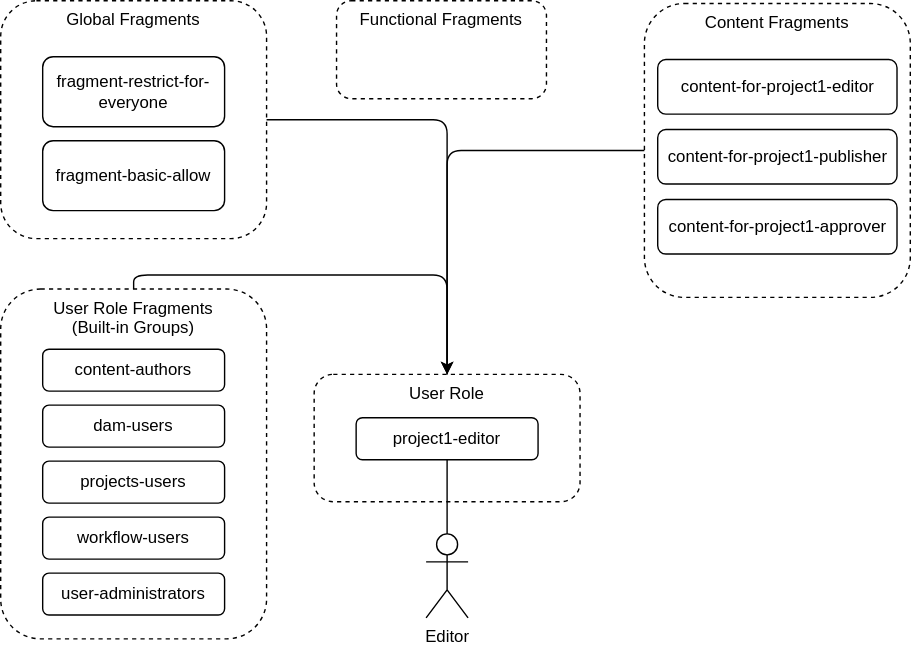
Earlier version of the draw.io export img/simplified-approach.drawio.svg (norsasaki/ACL-Design-Approach-for-AEM). Source tidied: cells renumbered, new cells last; positions are measured from the earlier drawing's top-left corner, leaving out a move shared by most shapes. Its diagram source:
```xml
<mxGraphModel>
  <root>
    <mxCell id="0" />
    <mxCell id="1" parent="0" />
    <mxCell id="2" style="edgeStyle=orthogonalEdgeStyle;html=1;exitX=0.5;exitY=0;exitDx=0;exitDy=0;entryX=0.5;entryY=0;entryDx=0;entryDy=0;" parent="1" edge="1" source="3" target="13">
      <mxGeometry relative="1" as="geometry" />
    </mxCell>
    <mxCell id="3" value="User Role Fragments&lt;br&gt;(Built-in Groups)" style="rounded=1;whiteSpace=wrap;html=1;labelBackgroundColor=none;dashed=1;fillColor=none;verticalAlign=top;" parent="1" vertex="1">
      <mxGeometry y="206" width="190" height="250" as="geometry" />
    </mxCell>
    <mxCell id="4" style="edgeStyle=orthogonalEdgeStyle;html=1;exitX=1;exitY=0.5;exitDx=0;exitDy=0;entryX=0.5;entryY=0;entryDx=0;entryDy=0;" parent="1" edge="1" source="5" target="13">
      <mxGeometry relative="1" as="geometry" />
    </mxCell>
    <mxCell id="5" value="Global Fragments" style="rounded=1;whiteSpace=wrap;html=1;labelBackgroundColor=none;dashed=1;fillColor=none;verticalAlign=top;flipV=0;" parent="1" vertex="1">
      <mxGeometry width="190" height="170" as="geometry" />
    </mxCell>
    <mxCell id="6" value="fragment-restrict-for-everyone" style="rounded=1;whiteSpace=wrap;html=1;labelBackgroundColor=none;flipV=0;" parent="1" vertex="1">
      <mxGeometry x="30" y="40" width="130" height="50" as="geometry" />
    </mxCell>
    <mxCell id="7" value="fragment-basic-allow" style="rounded=1;whiteSpace=wrap;html=1;labelBackgroundColor=none;flipV=0;" parent="1" vertex="1">
      <mxGeometry x="30" y="100" width="130" height="50" as="geometry" />
    </mxCell>
    <mxCell id="8" value="content-authors" style="rounded=1;whiteSpace=wrap;html=1;labelBackgroundColor=none;" parent="1" vertex="1">
      <mxGeometry x="30" y="249" width="130" height="30" as="geometry" />
    </mxCell>
    <mxCell id="9" value="dam-users" style="rounded=1;whiteSpace=wrap;html=1;labelBackgroundColor=none;" parent="1" vertex="1">
      <mxGeometry x="30" y="289" width="130" height="30" as="geometry" />
    </mxCell>
    <mxCell id="10" value="projects-users" style="rounded=1;whiteSpace=wrap;html=1;labelBackgroundColor=none;" parent="1" vertex="1">
      <mxGeometry x="30" y="329" width="130" height="30" as="geometry" />
    </mxCell>
    <mxCell id="11" value="workflow-users" style="rounded=1;whiteSpace=wrap;html=1;labelBackgroundColor=none;" parent="1" vertex="1">
      <mxGeometry x="30" y="369" width="130" height="30" as="geometry" />
    </mxCell>
    <mxCell id="12" value="user-administrators" style="rounded=1;whiteSpace=wrap;html=1;labelBackgroundColor=none;" parent="1" vertex="1">
      <mxGeometry x="30" y="409" width="130" height="30" as="geometry" />
    </mxCell>
    <mxCell id="13" value="User Role" style="rounded=1;whiteSpace=wrap;html=1;labelBackgroundColor=none;dashed=1;fillColor=none;verticalAlign=top;flipV=0;" parent="1" vertex="1">
      <mxGeometry x="224" y="267" width="190" height="91" as="geometry" />
    </mxCell>
    <mxCell id="14" value="Functional Fragments" style="rounded=1;whiteSpace=wrap;html=1;labelBackgroundColor=none;dashed=1;fillColor=none;verticalAlign=top;" parent="1" vertex="1">
      <mxGeometry x="240" width="150" height="70" as="geometry" />
    </mxCell>
    <mxCell id="15" style="edgeStyle=orthogonalEdgeStyle;html=1;exitX=0.5;exitY=1;exitDx=0;exitDy=0;entryX=0.5;entryY=0;entryDx=0;entryDy=0;entryPerimeter=0;endArrow=none;endFill=0;" parent="1" edge="1" source="16" target="17">
      <mxGeometry relative="1" as="geometry" />
    </mxCell>
    <mxCell id="16" value="project1-editor" style="rounded=1;whiteSpace=wrap;html=1;labelBackgroundColor=none;" parent="1" vertex="1">
      <mxGeometry x="254" y="298" width="130" height="30" as="geometry" />
    </mxCell>
    <mxCell id="17" value="Editor" style="shape=umlActor;verticalLabelPosition=bottom;verticalAlign=top;html=1;outlineConnect=0;labelBackgroundColor=none;fillColor=none;" parent="1" vertex="1">
      <mxGeometry x="304" y="381" width="30" height="60" as="geometry" />
    </mxCell>
    <mxCell id="18" style="group;" parent="1" vertex="1">
      <mxGeometry x="460" y="2" width="190" height="210" as="geometry" />
    </mxCell>
    <mxCell id="19" value="Content Fragments" style="rounded=1;whiteSpace=wrap;html=1;labelBackgroundColor=none;dashed=1;fillColor=none;verticalAlign=top;" parent="18" vertex="1">
      <mxGeometry width="190" height="210" as="geometry" />
    </mxCell>
    <mxCell id="20" value="content-for-project1-editor" style="rounded=1;whiteSpace=wrap;html=1;labelBackgroundColor=none;flipH=0;flipV=1;" parent="18" vertex="1">
      <mxGeometry x="9.5" y="40" width="171" height="39" as="geometry" />
    </mxCell>
    <mxCell id="21" value="content-for-project1-publisher" style="rounded=1;whiteSpace=wrap;html=1;labelBackgroundColor=none;flipH=0;flipV=1;" parent="18" vertex="1">
      <mxGeometry x="9.5" y="90" width="171" height="39" as="geometry" />
    </mxCell>
    <mxCell id="22" value="content-for-project1-approver" style="rounded=1;whiteSpace=wrap;html=1;labelBackgroundColor=none;flipH=0;flipV=1;" parent="18" vertex="1">
      <mxGeometry x="9.5" y="140" width="171" height="39" as="geometry" />
    </mxCell>
    <mxCell id="23" style="edgeStyle=orthogonalEdgeStyle;html=1;exitX=0;exitY=0.5;exitDx=0;exitDy=0;entryX=0.5;entryY=0;entryDx=0;entryDy=0;endArrow=none;endFill=0;" parent="1" edge="1" source="19" target="13">
      <mxGeometry relative="1" as="geometry" />
    </mxCell>
  </root>
</mxGraphModel>
```
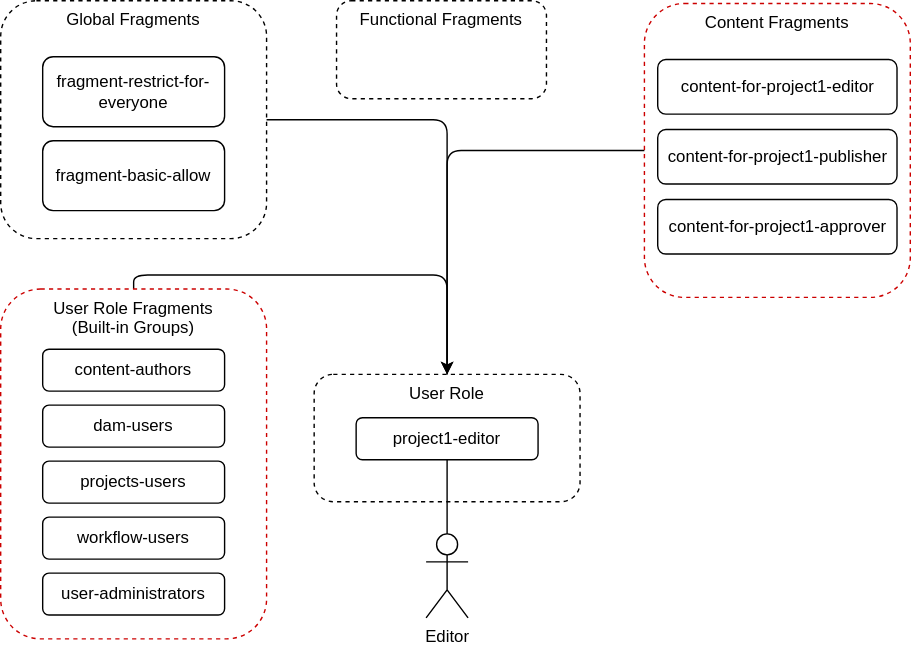
After the commit.

Diff of the diagram source:
```diff
@@ -5,7 +5,7 @@
     <mxCell id="2" style="edgeStyle=orthogonalEdgeStyle;html=1;exitX=0.5;exitY=0;exitDx=0;exitDy=0;entryX=0.5;entryY=0;entryDx=0;entryDy=0;" parent="1" edge="1" source="3" target="13">
       <mxGeometry relative="1" as="geometry" />
     </mxCell>
-    <mxCell id="3" value="User Role Fragments&lt;br&gt;(Built-in Groups)" style="rounded=1;whiteSpace=wrap;html=1;labelBackgroundColor=none;dashed=1;fillColor=none;verticalAlign=top;" parent="1" vertex="1">
+    <mxCell id="3" value="User Role Fragments&lt;br&gt;(Built-in Groups)" style="rounded=1;whiteSpace=wrap;html=1;labelBackgroundColor=none;dashed=1;fillColor=none;verticalAlign=top;strokeColor=#CC0000;" parent="1" vertex="1">
       <mxGeometry y="206" width="190" height="250" as="geometry" />
     </mxCell>
     <mxCell id="4" style="edgeStyle=orthogonalEdgeStyle;html=1;exitX=1;exitY=0.5;exitDx=0;exitDy=0;entryX=0.5;entryY=0;entryDx=0;entryDy=0;" parent="1" edge="1" source="5" target="13">
@@ -50,23 +50,20 @@
     <mxCell id="17" value="Editor" style="shape=umlActor;verticalLabelPosition=bottom;verticalAlign=top;html=1;outlineConnect=0;labelBackgroundColor=none;fillColor=none;" parent="1" vertex="1">
       <mxGeometry x="304" y="381" width="30" height="60" as="geometry" />
     </mxCell>
-    <mxCell id="18" style="group;" parent="1" vertex="1">
-      <mxGeometry x="460" y="2" width="190" height="210" as="geometry" />
-    </mxCell>
+    <mxCell id="23" style="edgeStyle=orthogonalEdgeStyle;html=1;exitX=0;exitY=0.5;exitDx=0;exitDy=0;entryX=0.5;entryY=0;entryDx=0;entryDy=0;endArrow=none;endFill=0;" parent="1" edge="1" source="19" target="13">
+      <mxGeometry relative="1" as="geometry" />
+    </mxCell>
-    <mxCell id="19" value="Content Fragments" style="rounded=1;whiteSpace=wrap;html=1;labelBackgroundColor=none;dashed=1;fillColor=none;verticalAlign=top;" parent="18" vertex="1">
-      <mxGeometry width="190" height="210" as="geometry" />
+    <mxCell id="19" value="Content Fragments" style="rounded=1;whiteSpace=wrap;html=1;labelBackgroundColor=none;dashed=1;fillColor=none;verticalAlign=top;strokeColor=#CC0000;" parent="1" vertex="1">
+      <mxGeometry x="460" y="2" width="190" height="210" as="geometry" />
     </mxCell>
-    <mxCell id="20" value="content-for-project1-editor" style="rounded=1;whiteSpace=wrap;html=1;labelBackgroundColor=none;flipH=0;flipV=1;" parent="18" vertex="1">
-      <mxGeometry x="9.5" y="40" width="171" height="39" as="geometry" />
+    <mxCell id="20" value="content-for-project1-editor" style="rounded=1;whiteSpace=wrap;html=1;labelBackgroundColor=none;flipH=0;flipV=1;" parent="1" vertex="1">
+      <mxGeometry x="469.5" y="42" width="171" height="39" as="geometry" />
     </mxCell>
-    <mxCell id="21" value="content-for-project1-publisher" style="rounded=1;whiteSpace=wrap;html=1;labelBackgroundColor=none;flipH=0;flipV=1;" parent="18" vertex="1">
-      <mxGeometry x="9.5" y="90" width="171" height="39" as="geometry" />
+    <mxCell id="21" value="content-for-project1-publisher" style="rounded=1;whiteSpace=wrap;html=1;labelBackgroundColor=none;flipH=0;flipV=1;" parent="1" vertex="1">
+      <mxGeometry x="469.5" y="92" width="171" height="39" as="geometry" />
     </mxCell>
-    <mxCell id="22" value="content-for-project1-approver" style="rounded=1;whiteSpace=wrap;html=1;labelBackgroundColor=none;flipH=0;flipV=1;" parent="18" vertex="1">
-      <mxGeometry x="9.5" y="140" width="171" height="39" as="geometry" />
+    <mxCell id="22" value="content-for-project1-approver" style="rounded=1;whiteSpace=wrap;html=1;labelBackgroundColor=none;flipH=0;flipV=1;" parent="1" vertex="1">
+      <mxGeometry x="469.5" y="142" width="171" height="39" as="geometry" />
     </mxCell>
-    <mxCell id="23" style="edgeStyle=orthogonalEdgeStyle;html=1;exitX=0;exitY=0.5;exitDx=0;exitDy=0;entryX=0.5;entryY=0;entryDx=0;entryDy=0;endArrow=none;endFill=0;" parent="1" edge="1" source="19" target="13">
-      <mxGeometry relative="1" as="geometry" />
-    </mxCell>
   </root>
 </mxGraphModel>
```
